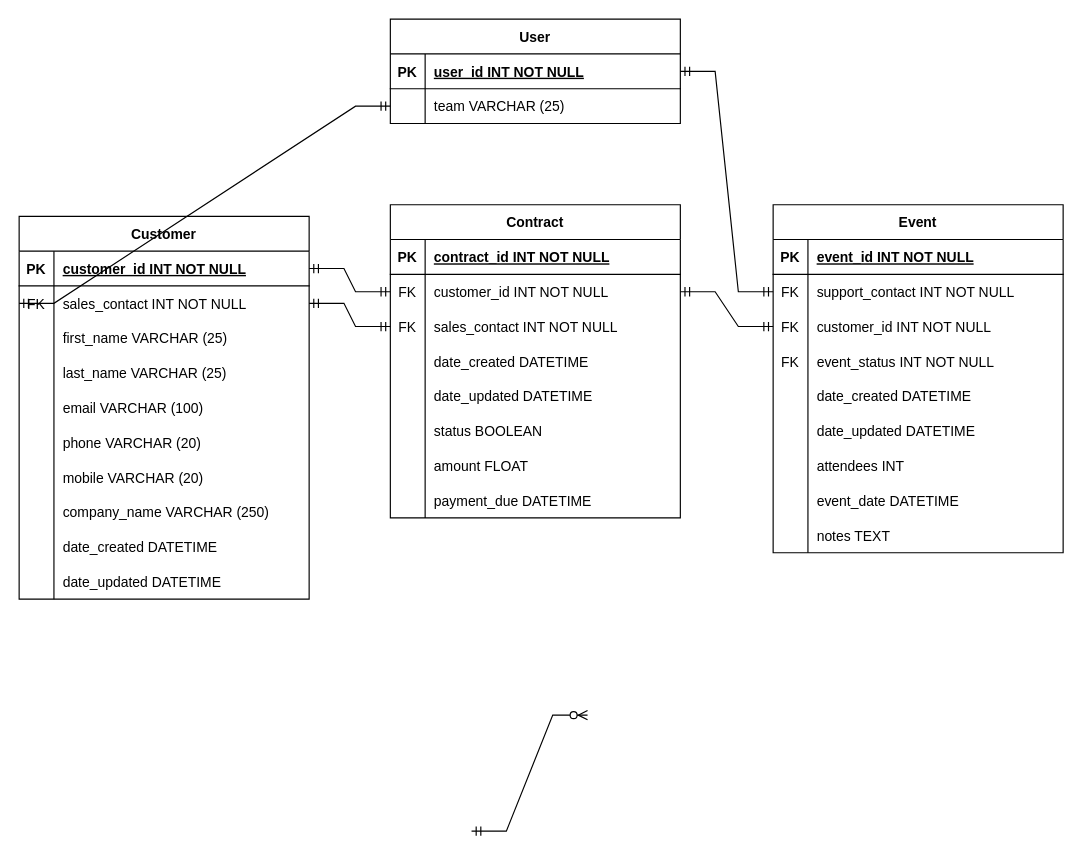
The draw.io diagram ERD.drawio in BeanEden/CRM-API-Front-and-Back-End, before the edit. Source tidied: cells renumbered, new cells numbered last; positions are measured from the earlier drawing's top-left corner, leaving out a move shared by most shapes. Both pictures are drawn from the tidied source at 116%, with x=0, y=0 at pixel (19, 19).
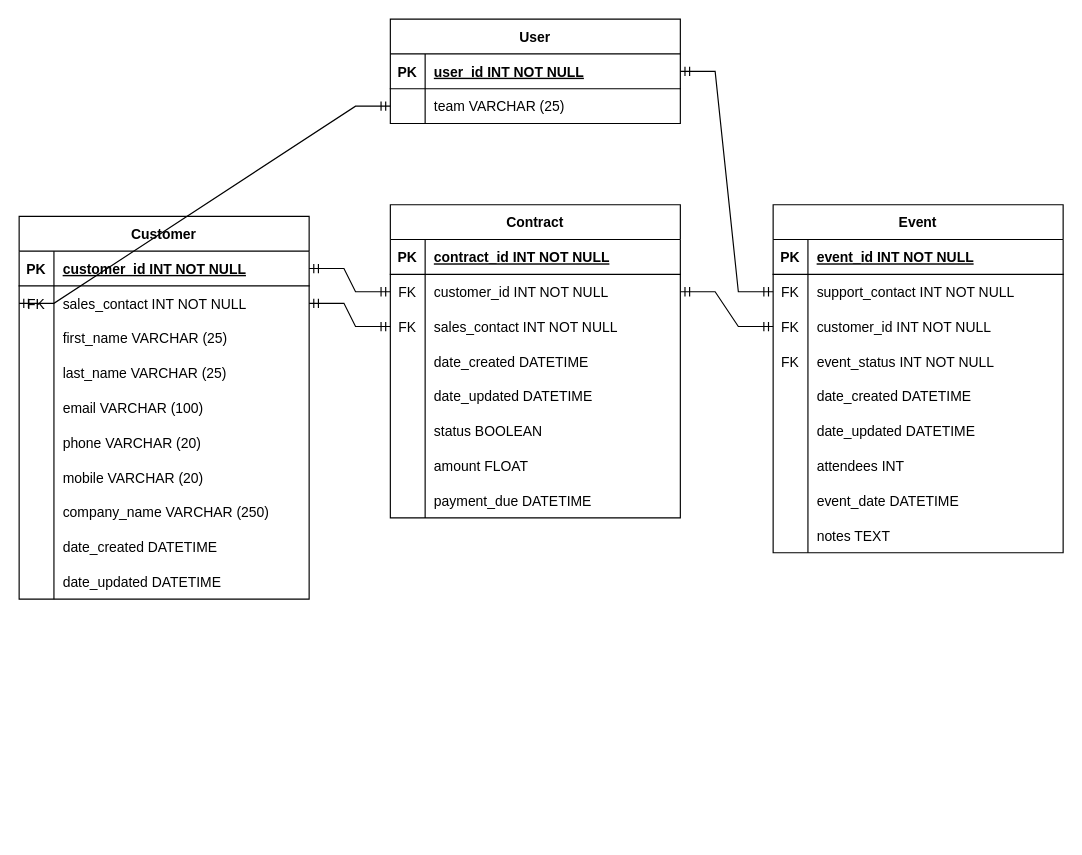
After the change.

Diff of the diagram source:
```diff
@@
-    <mxCell id="98" style="edgeStyle=entityRelationEdgeStyle;fontSize=12;html=1;endArrow=ERzeroToMany;startArrow=ERmandOne;rounded=0;" parent="1" edge="1">
-      <mxGeometry relative="1" as="geometry">
-        <mxPoint x="390" y="700" as="sourcePoint" />
-        <mxPoint x="490" y="600" as="targetPoint" />
-      </mxGeometry>
-    </mxCell>
```
